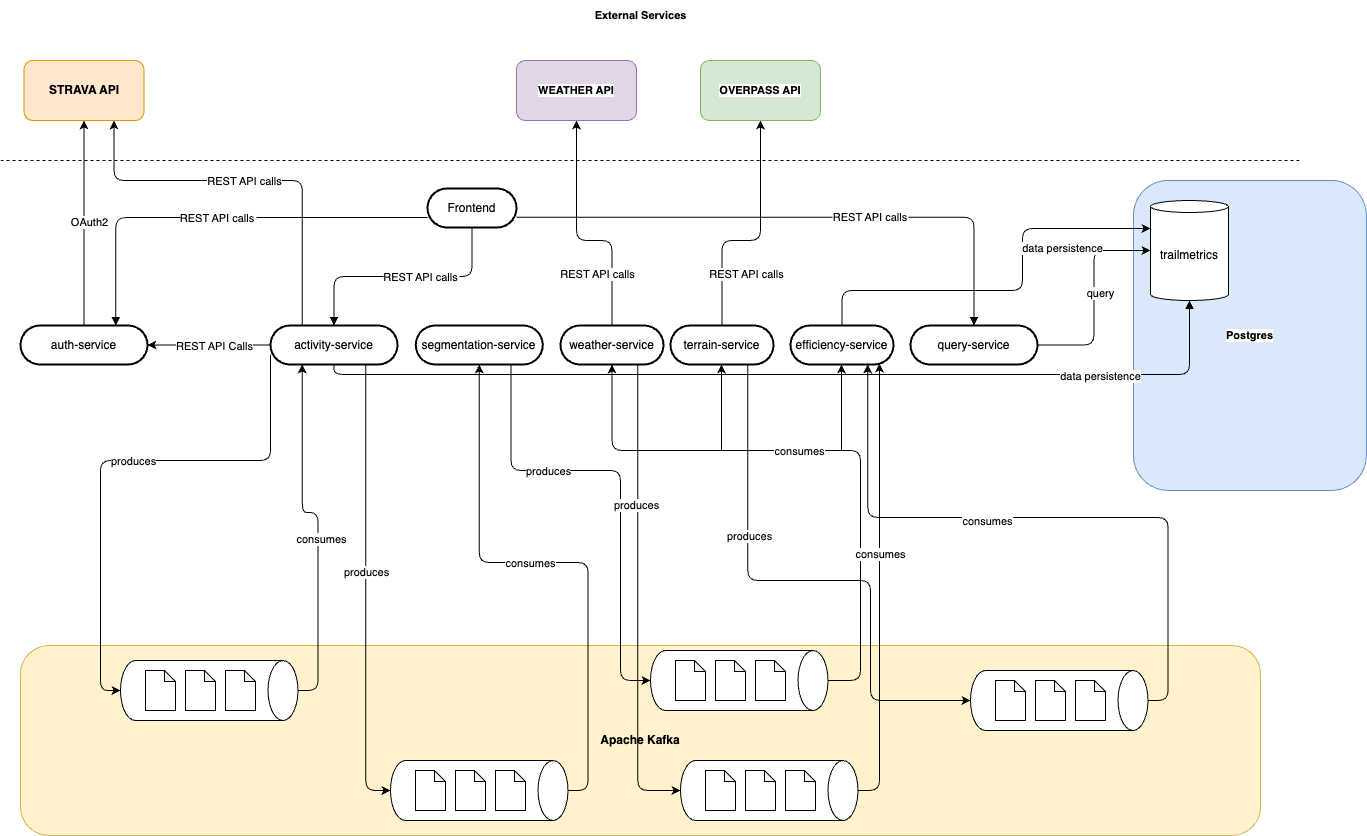
The draw.io diagram docs/Architecture.png in costanzazanoletti/trailmetrics, before a commit. Source tidied: cells renumbered, new cells last; positions are measured from the earlier drawing's top-left corner, leaving out a move shared by most shapes.
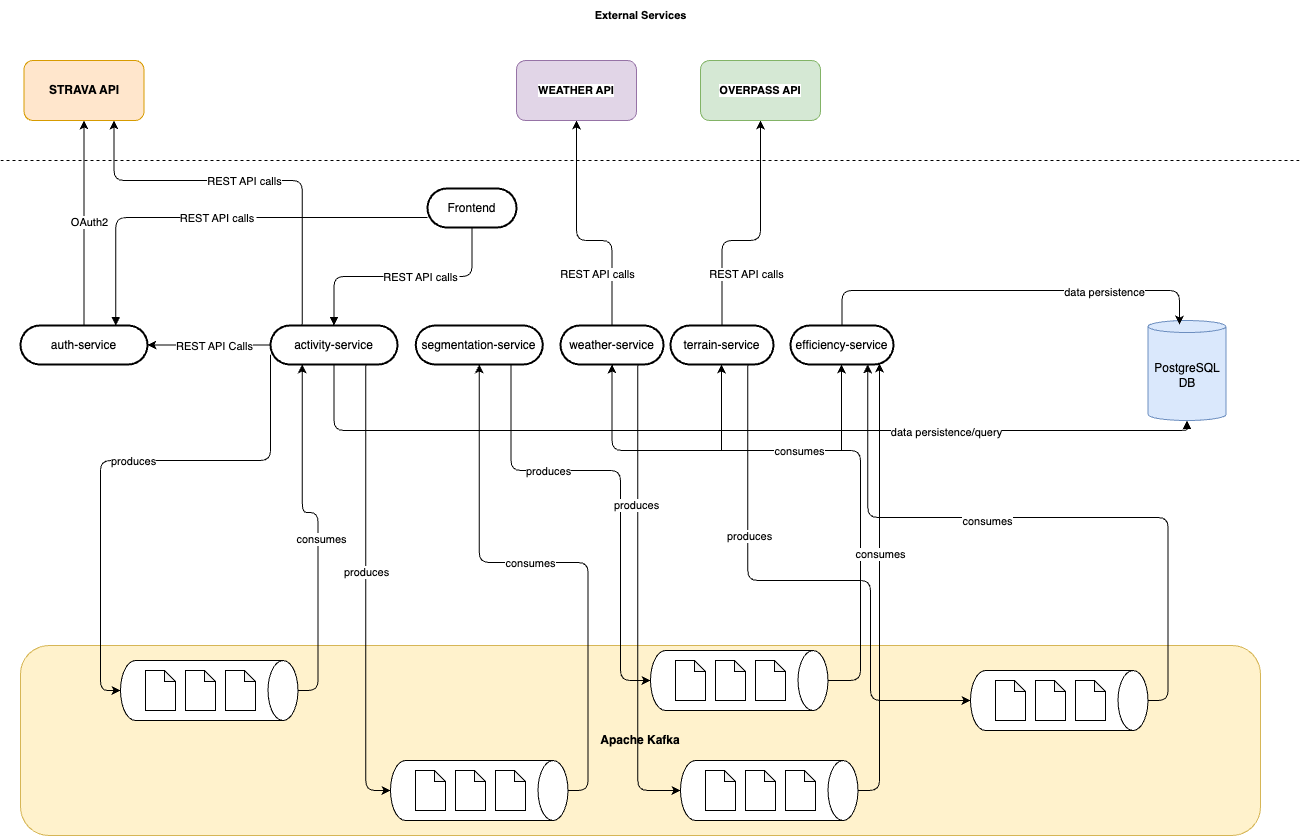
Later version of the same file.

What changed in the source:
```diff
@@ -2,9 +2,6 @@
   <root>
     <mxCell id="0" />
     <mxCell id="1" parent="0" />
-    <mxCell id="2" value="&lt;b&gt;Postgres&lt;/b&gt;" style="rounded=1;whiteSpace=wrap;html=1;fontFamily=Helvetica;fontSize=11;labelBackgroundColor=default;fillColor=#dae8fc;strokeColor=#6c8ebf;rotation=0;" parent="1" vertex="1">
-      <mxGeometry x="1132.9" y="179.9" width="233" height="310.1" as="geometry" />
-    </mxCell>
     <mxCell id="3" value="&lt;b&gt;Apache Kafka&lt;/b&gt;" style="rounded=1;whiteSpace=wrap;html=1;fillColor=#fff2cc;strokeColor=#d6b656;" parent="1" vertex="1">
       <mxGeometry x="20" y="645" width="1240" height="190" as="geometry" />
     </mxCell>
@@ -59,9 +56,6 @@
     <mxCell id="15" value="segmentation-service" style="rounded=1;whiteSpace=wrap;arcSize=50;strokeWidth=2;" parent="1" vertex="1">
       <mxGeometry x="415.2" y="325" width="127" height="39" as="geometry" />
     </mxCell>
-    <mxCell id="16" value="query-service" style="rounded=1;whiteSpace=wrap;arcSize=50;strokeWidth=2;" parent="1" vertex="1">
-      <mxGeometry x="910" y="325" width="127" height="39" as="geometry" />
-    </mxCell>
     <mxCell id="17" style="edgeStyle=orthogonalEdgeStyle;shape=connector;curved=0;rounded=1;jettySize=auto;html=1;entryX=0.5;entryY=1;entryDx=0;entryDy=0;strokeColor=default;align=center;verticalAlign=middle;fontFamily=Helvetica;fontSize=11;fontColor=default;labelBackgroundColor=default;endArrow=classic;" parent="1" edge="1" source="19" target="78">
       <mxGeometry relative="1" as="geometry">
         <Array as="points">
@@ -86,24 +80,21 @@
         <mxPoint x="1" as="offset" />
       </mxGeometry>
     </mxCell>
-    <mxCell id="22" value="REST API calls" style="startArrow=none;endArrow=block;exitX=1.01;exitY=0.74;entryX=0.5;entryY=0;rounded=1;edgeStyle=orthogonalEdgeStyle;" parent="1" edge="1" source="4" target="16">
-      <mxGeometry x="0.25" relative="1" as="geometry" />
-    </mxCell>
     <mxCell id="23" style="startArrow=none;endArrow=block;exitX=0.5;exitY=1;entryX=0.5;entryY=1;entryDx=0;entryDy=0;entryPerimeter=0;edgeStyle=orthogonalEdgeStyle;" parent="1" edge="1" source="14" target="26">
       <mxGeometry y="-8" relative="1" as="geometry">
         <mxPoint x="1" as="offset" />
       </mxGeometry>
     </mxCell>
-    <mxCell id="24" value="data persistence" style="edgeLabel;html=1;align=center;verticalAlign=middle;fontFamily=Helvetica;fontSize=11;fontColor=default;labelBackgroundColor=default;" parent="23" vertex="1">
+    <mxCell id="24" value="data persistence/query" style="edgeLabel;html=1;align=center;verticalAlign=middle;fontFamily=Helvetica;fontSize=11;fontColor=default;labelBackgroundColor=default;" parent="23" vertex="1">
       <mxGeometry x="0.63" y="-1" relative="1" as="geometry">
-        <mxPoint x="10" as="offset" />
+        <mxPoint x="-79" as="offset" />
       </mxGeometry>
     </mxCell>
     <mxCell id="25" value="&lt;b&gt;STRAVA API&lt;/b&gt;" style="rounded=1;whiteSpace=wrap;html=1;fillColor=#ffe6cc;strokeColor=#d79b00;" parent="1" vertex="1">
       <mxGeometry x="23.5" y="60" width="120" height="60" as="geometry" />
     </mxCell>
-    <mxCell id="26" value="trailmetrics" style="shape=cylinder3;whiteSpace=wrap;html=1;boundedLbl=1;backgroundOutline=1;size=6;" parent="1" vertex="1">
-      <mxGeometry x="1150" y="200" width="78" height="100" as="geometry" />
+    <mxCell id="26" value="PostgreSQL&lt;div&gt;DB&lt;/div&gt;" style="shape=cylinder3;whiteSpace=wrap;html=1;boundedLbl=1;backgroundOutline=1;size=6;fillColor=#dae8fc;strokeColor=#6c8ebf;" parent="1" vertex="1">
+      <mxGeometry x="1147.5" y="320" width="78" height="100" as="geometry" />
     </mxCell>
     <mxCell id="27" style="edgeStyle=orthogonalEdgeStyle;shape=connector;curved=0;rounded=1;jettySize=auto;html=1;strokeColor=default;align=center;verticalAlign=middle;fontFamily=Helvetica;fontSize=11;fontColor=default;labelBackgroundColor=default;endArrow=classic;" parent="1" edge="1" source="29" target="79">
       <mxGeometry relative="1" as="geometry">
@@ -265,14 +256,6 @@
         <mxPoint x="1" as="offset" />
       </mxGeometry>
     </mxCell>
-    <mxCell id="68" style="edgeStyle=orthogonalEdgeStyle;shape=connector;curved=0;rounded=1;jettySize=auto;html=1;entryX=0;entryY=0.5;entryDx=0;entryDy=0;entryPerimeter=0;strokeColor=default;align=center;verticalAlign=middle;fontFamily=Helvetica;fontSize=11;fontColor=default;labelBackgroundColor=default;endArrow=classic;" parent="1" edge="1" source="16" target="26">
-      <mxGeometry relative="1" as="geometry" />
-    </mxCell>
-    <mxCell id="69" value="query" style="edgeLabel;html=1;align=center;verticalAlign=middle;fontFamily=Helvetica;fontSize=11;fontColor=default;labelBackgroundColor=default;" parent="68" vertex="1">
-      <mxGeometry x="-0.34" y="4" relative="1" as="geometry">
-        <mxPoint x="10" y="-40" as="offset" />
-      </mxGeometry>
-    </mxCell>
     <mxCell id="70" style="edgeStyle=orthogonalEdgeStyle;shape=connector;curved=0;rounded=1;jettySize=auto;html=1;entryX=0.25;entryY=1;entryDx=0;entryDy=0;strokeColor=default;align=center;verticalAlign=middle;fontFamily=Helvetica;fontSize=11;fontColor=default;labelBackgroundColor=default;endArrow=classic;exitX=0.5;exitY=0;exitDx=0;exitDy=0;exitPerimeter=0;" parent="1" edge="1" source="52" target="14">
       <mxGeometry relative="1" as="geometry" />
     </mxCell>
@@ -314,12 +297,11 @@
     <mxCell id="81" value="&lt;b&gt;External Services&lt;/b&gt;" style="text;html=1;align=center;verticalAlign=middle;strokeColor=none;fillColor=none;fontFamily=Helvetica;fontSize=11;fontColor=default;labelBackgroundColor=default;" parent="1" vertex="1">
       <mxGeometry x="580" width="120" height="30" as="geometry" />
     </mxCell>
-    <mxCell id="82" style="rounded=1;jettySize=auto;html=1;strokeColor=default;align=center;verticalAlign=middle;fontFamily=Helvetica;fontSize=11;fontColor=default;labelBackgroundColor=default;endArrow=classic;entryX=0;entryY=0;entryDx=0;entryDy=28;entryPerimeter=0;edgeStyle=orthogonalEdgeStyle;" parent="1" edge="1" source="30" target="26">
+    <mxCell id="82" style="rounded=1;jettySize=auto;html=1;strokeColor=default;align=center;verticalAlign=middle;fontFamily=Helvetica;fontSize=11;fontColor=default;labelBackgroundColor=default;endArrow=classic;edgeStyle=orthogonalEdgeStyle;entryX=0.404;entryY=0.04;entryDx=0;entryDy=0;entryPerimeter=0;" parent="1" edge="1" source="30" target="26">
       <mxGeometry relative="1" as="geometry">
         <Array as="points">
           <mxPoint x="842" y="290" />
-          <mxPoint x="1022" y="290" />
-          <mxPoint x="1022" y="228" />
+          <mxPoint x="1179" y="290" />
         </Array>
       </mxGeometry>
     </mxCell>
```
